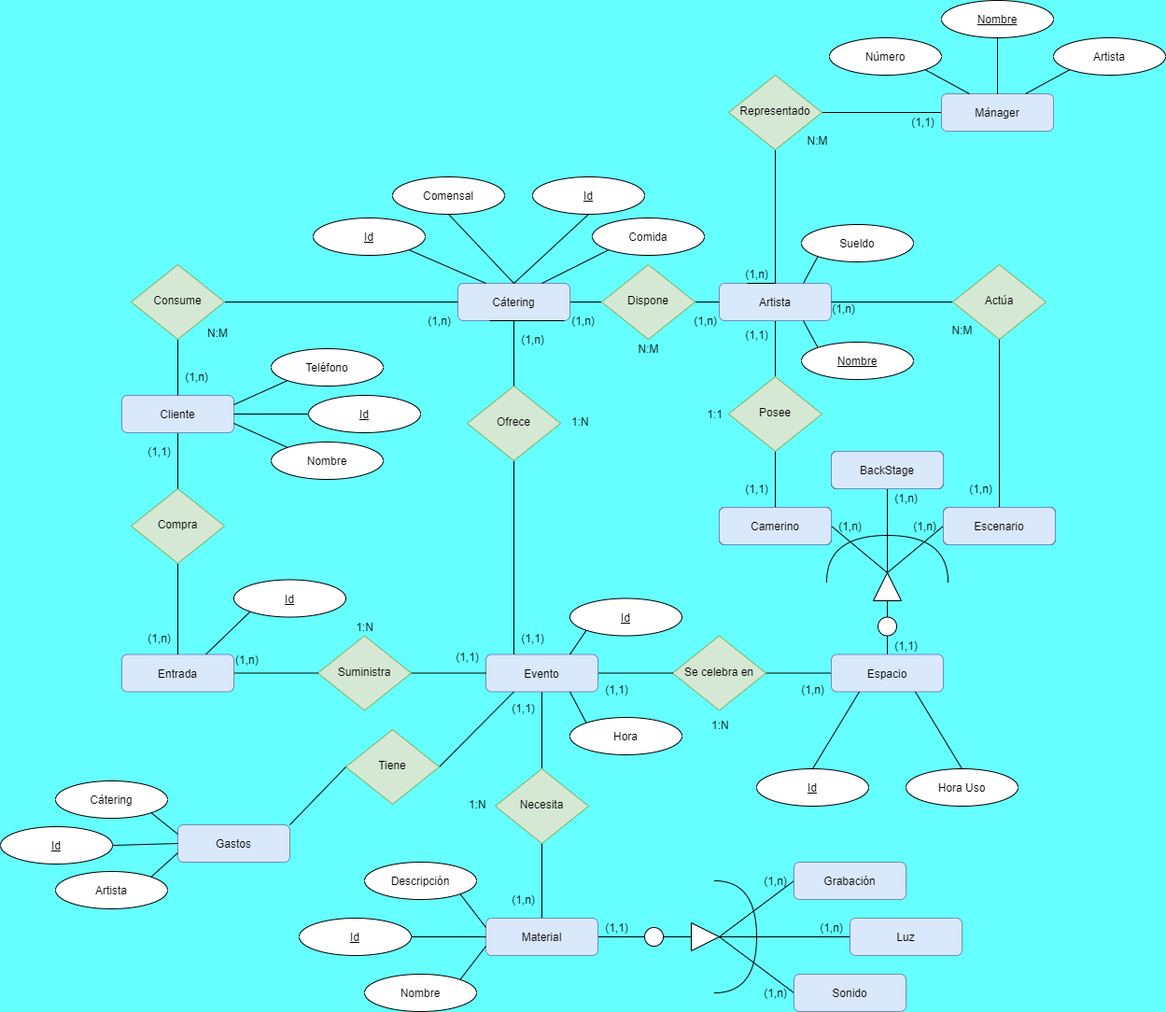
This is images/Diagrama-entidad-relación.png from miguelmartinez22/QuevedoFest, a draw.io export, as it was before one commit. Source tidied: cells renumbered, new cells last; positions are measured from the earlier drawing's top-left corner, leaving out a move shared by most shapes.
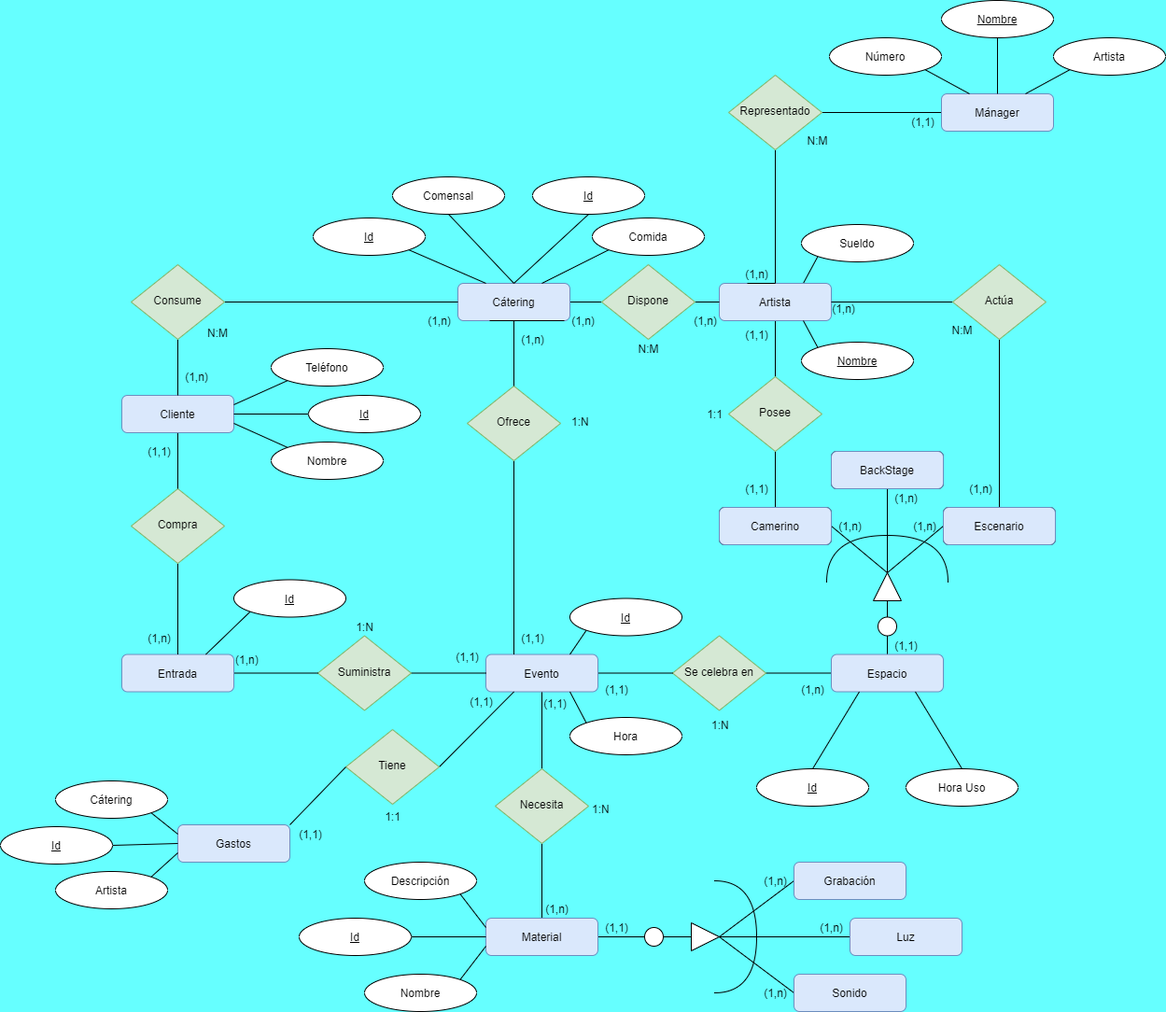
After the commit.

What changed in the source:
```diff
@@ -290,7 +290,7 @@
       <mxGeometry x="640" y="728" width="40" height="20" as="geometry" />
     </mxCell>
     <mxCell id="93" value="(1,1)" style="text;html=1;align=center;verticalAlign=middle;strokeColor=none;" parent="1" vertex="1">
-      <mxGeometry x="540" y="748" width="40" height="20" as="geometry" />
+      <mxGeometry x="574" y="743" width="40" height="20" as="geometry" />
     </mxCell>
     <mxCell id="94" value="(1,1)" style="text;html=1;align=center;verticalAlign=middle;strokeColor=none;" parent="1" vertex="1">
       <mxGeometry x="480" y="693" width="40" height="20" as="geometry" />
@@ -302,7 +302,7 @@
       <mxGeometry x="850" y="728" width="40" height="20" as="geometry" />
     </mxCell>
     <mxCell id="97" value="(1,n)" style="text;html=1;align=center;verticalAlign=middle;strokeColor=none;" parent="1" vertex="1">
-      <mxGeometry x="540" y="953" width="40" height="20" as="geometry" />
+      <mxGeometry x="576" y="963" width="40" height="20" as="geometry" />
     </mxCell>
     <mxCell id="98" value="(1,n)" style="text;html=1;align=center;verticalAlign=middle;strokeColor=none;" parent="1" vertex="1">
       <mxGeometry x="550" y="353" width="40" height="20" as="geometry" />
@@ -329,7 +329,7 @@
       <mxGeometry x="375" y="660.5" width="30" height="20" as="geometry" />
     </mxCell>
     <mxCell id="106" value="&lt;span style=&quot;color: rgb(0, 0, 0); font-family: helvetica; font-size: 12px; font-style: normal; font-weight: 400; letter-spacing: normal; text-align: center; text-indent: 0px; text-transform: none; word-spacing: 0px; display: inline; float: none;&quot;&gt;1:N&lt;/span&gt;" style="text;whiteSpace=wrap;html=1;labelBackgroundColor=#66FFFF;" parent="1" vertex="1">
-      <mxGeometry x="500" y="848" width="40" height="30" as="geometry" />
+      <mxGeometry x="632" y="853" width="40" height="30" as="geometry" />
     </mxCell>
     <mxCell id="107" value="&lt;span style=&quot;color: rgb(0, 0, 0); font-family: helvetica; font-size: 12px; font-style: normal; font-weight: 400; letter-spacing: normal; text-align: center; text-indent: 0px; text-transform: none; word-spacing: 0px; display: inline; float: none;&quot;&gt;1:N&lt;/span&gt;" style="text;whiteSpace=wrap;html=1;labelBackgroundColor=#66FFFF;" parent="1" vertex="1">
       <mxGeometry x="610" y="438" width="40" height="30" as="geometry" />
@@ -477,5 +477,14 @@
     <mxCell id="154" value="Cátering" style="ellipse;whiteSpace=wrap;html=1;fontStyle=0;" parent="1" vertex="1">
       <mxGeometry x="59" y="836" width="120" height="40" as="geometry" />
     </mxCell>
+    <mxCell id="155" value="(1,1)" style="text;html=1;align=center;verticalAlign=middle;strokeColor=none;" parent="1" vertex="1">
+      <mxGeometry x="495" y="740.5" width="40" height="20" as="geometry" />
+    </mxCell>
+    <mxCell id="156" value="(1,1)" style="text;html=1;align=center;verticalAlign=middle;strokeColor=none;" parent="1" vertex="1">
+      <mxGeometry x="312" y="883" width="40" height="20" as="geometry" />
+    </mxCell>
+    <mxCell id="157" value="1:1" style="text;html=1;align=center;verticalAlign=middle;strokeColor=none;" parent="1" vertex="1">
+      <mxGeometry x="406.5" y="865" width="27" height="18" as="geometry" />
+    </mxCell>
   </root>
 </mxGraphModel>
```
